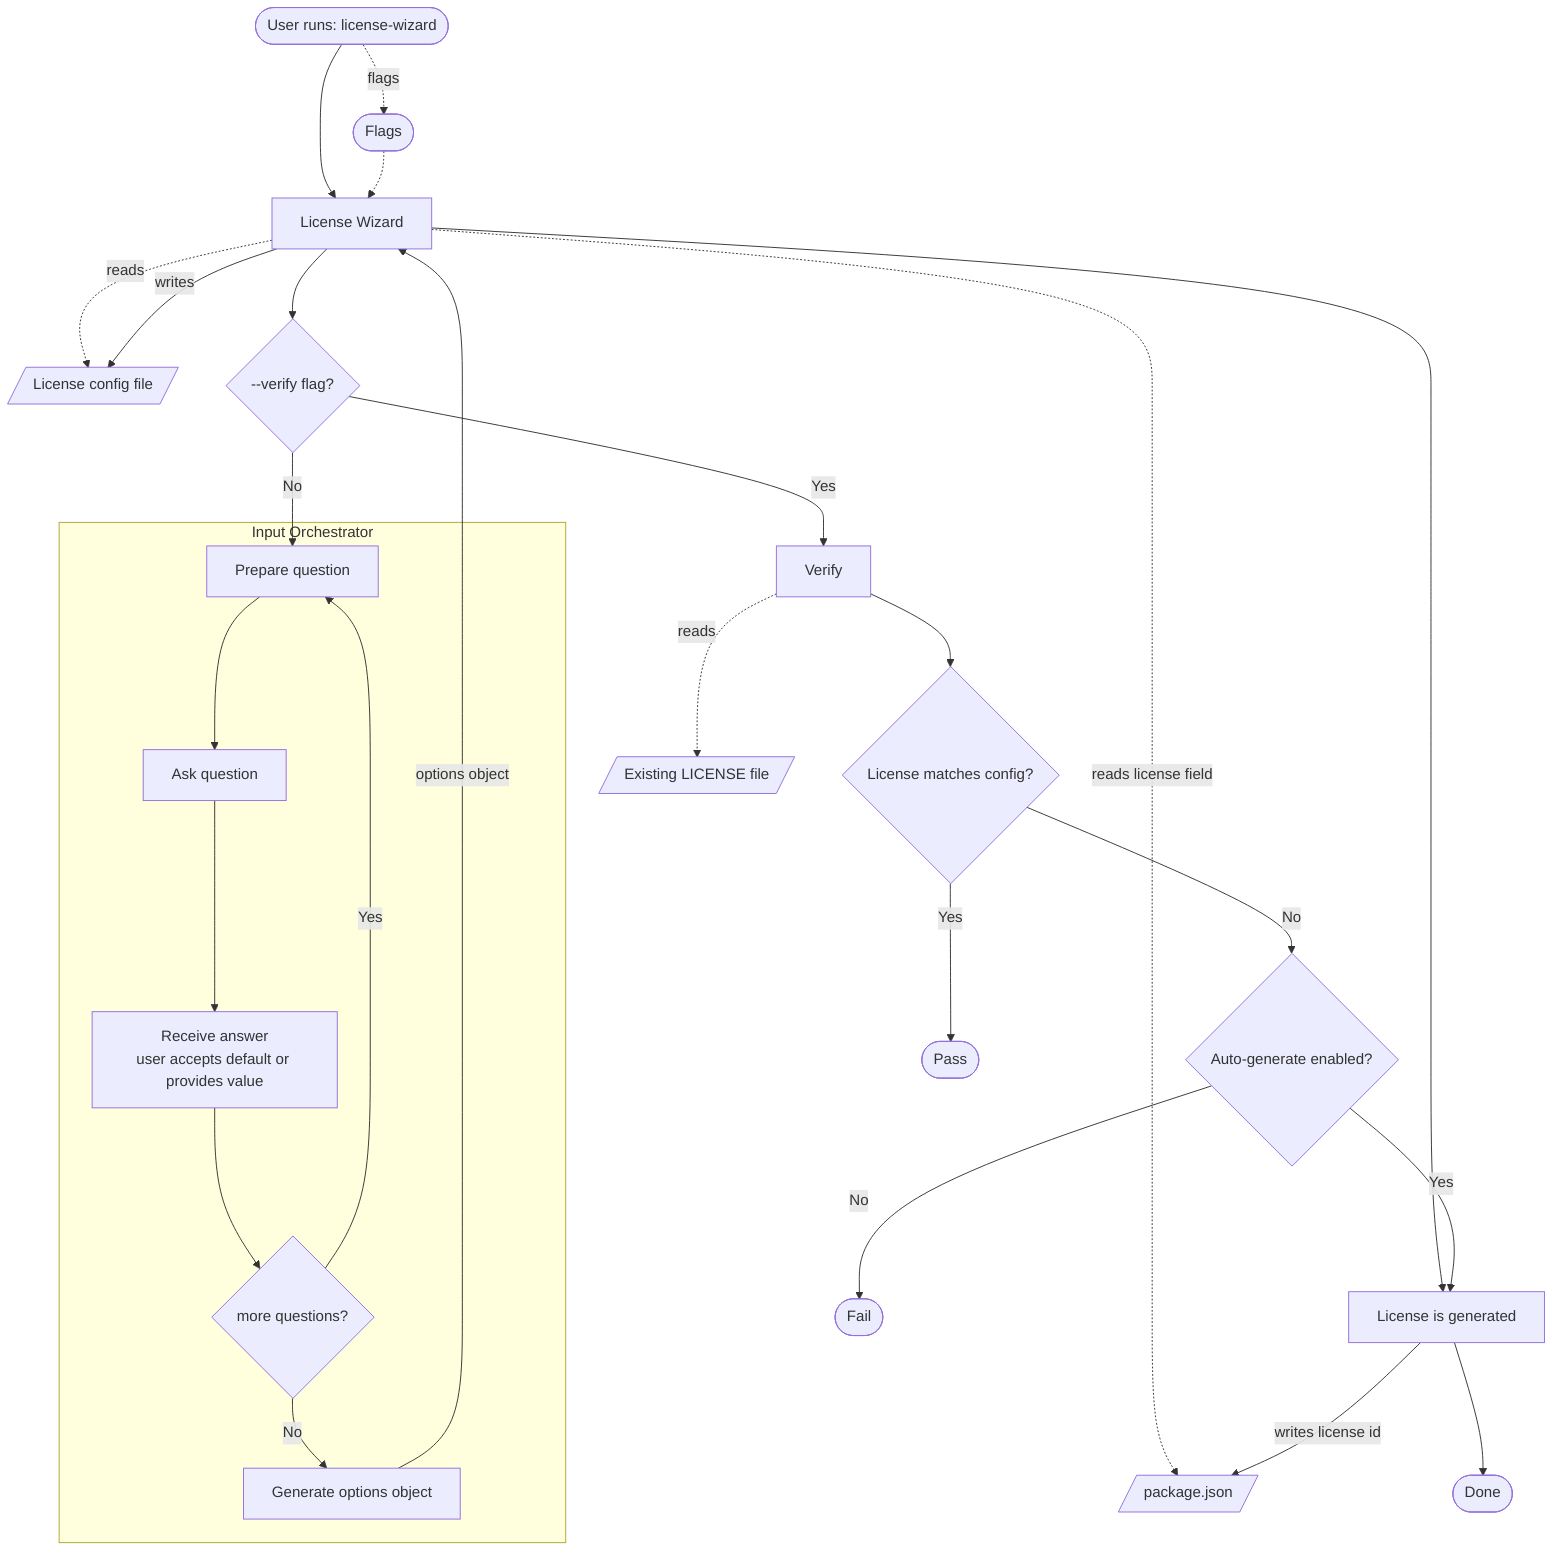
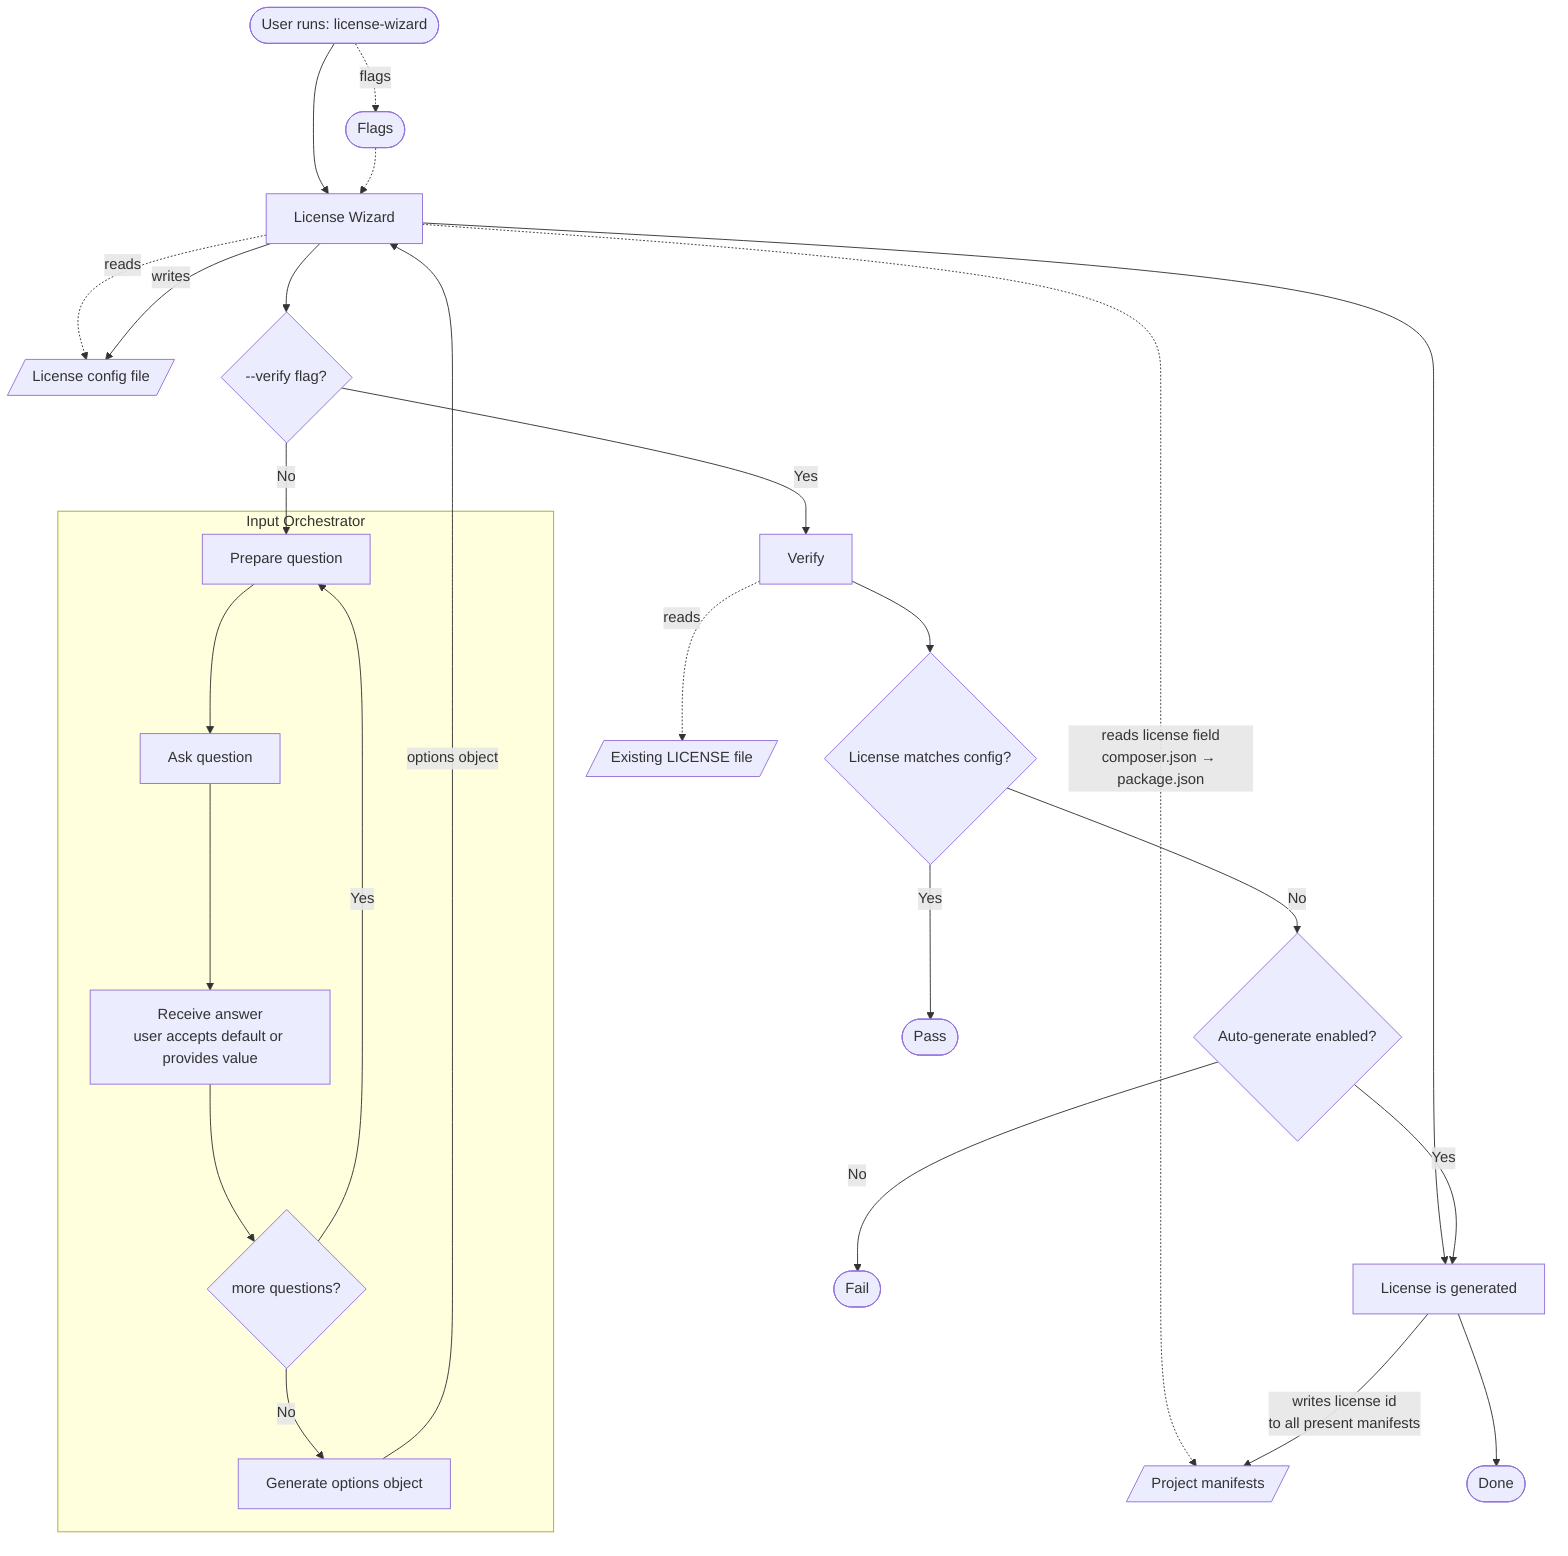
flowchart TD
    A([User runs: license-wizard]) --> LW[License Wizard]
    A -.->|flags| FL([Flags])
    FL -.-> LW
    LW -.->|reads| LC[/License config file/]
-     LW -.->|reads license field| PJ[/package.json/]
+     LW -.->|reads license field<br/>composer.json → package.json| PJ[/Project manifests/]

    LW --> M{--verify flag?}

    %% ─── Interactive / generation path ───
    M -->|No| C

    subgraph IO [Input Orchestrator]
        C[Prepare question]
        C --> D[Ask question]
        D --> E[Receive answer<br/>user accepts default or provides value]
        E --> F{more questions?}
        F -->|Yes| C
        F -->|No| OG[Generate options object]
    end

    OG -->|options object| LW
    LW -->|writes| LC
    LW --> G[License is generated]
-     G -->|writes license id| PJ
+     G -->|writes license id<br/>to all present manifests| PJ
    G --> H([Done])

    %% ─── Verification path ───
    M -->|Yes| V[Verify]
    V -.->|reads| EL[/Existing LICENSE file/]
    V --> R{License matches config?}
    R -->|Yes| PASS([Pass])
    R -->|No| AG{Auto-generate enabled?}
    AG -->|Yes| G
    AG -->|No| FAIL([Fail])
